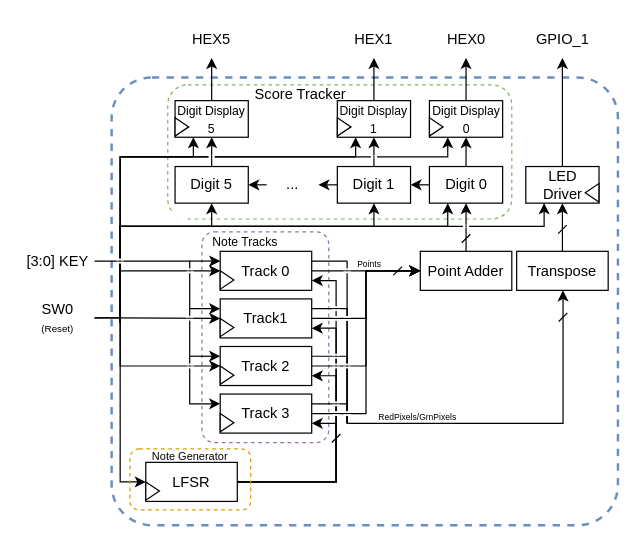
Earlier version of the draw.io diagram lab8/images/block_diagram.drawio (imisaacwu/CSE369). Source tidied: cells renumbered, new cells numbered last; positions are measured from the earlier drawing's top-left corner, leaving out a move shared by most shapes. Both pictures are drawn from the tidied source at 122%, with x=0, y=0 at pixel (21, 21).
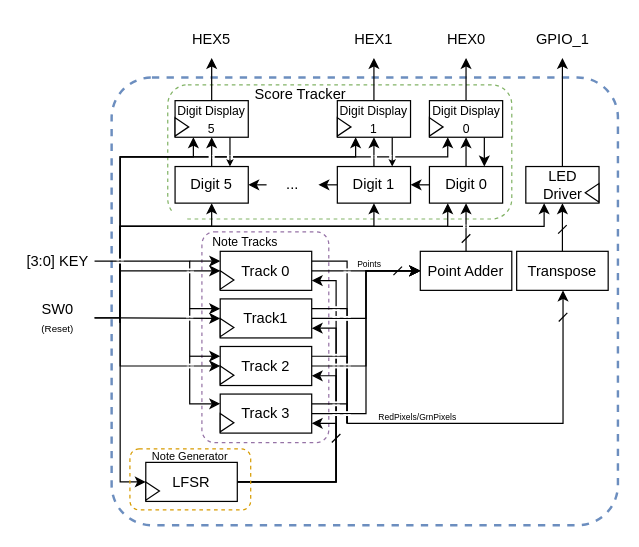
The same diagram, later.

Commit message (it also covers changes not shown here):
Remove unused modules, fix block diagram with digit input

Unchanged cells that the change refers to:
```xml
<mxCell id="24" value="Digit 0" style="rounded=0;whiteSpace=wrap;html=1;" parent="1" vertex="1">
  <mxGeometry x="334.5" y="119" width="60" height="30" as="geometry" />
</mxCell>
<mxCell id="28" value="Digit 1" style="rounded=0;whiteSpace=wrap;html=1;" parent="1" vertex="1">
  <mxGeometry x="259" y="119" width="60" height="30" as="geometry" />
</mxCell>
<mxCell id="33" value="Digit 5" style="rounded=0;whiteSpace=wrap;html=1;" parent="1" vertex="1">
  <mxGeometry x="126" y="119" width="60" height="30" as="geometry" />
</mxCell>
<mxCell id="104" value="&lt;font style=&quot;font-size: 10px;&quot;&gt;Digit Display 5&lt;/font&gt;" style="rounded=0;whiteSpace=wrap;html=1;" parent="1" vertex="1">
  <mxGeometry x="126" y="65" width="60" height="30" as="geometry" />
</mxCell>
<mxCell id="106" value="&lt;font style=&quot;font-size: 10px;&quot;&gt;Digit Display 1&lt;/font&gt;" style="rounded=0;whiteSpace=wrap;html=1;" parent="1" vertex="1">
  <mxGeometry x="259" y="65" width="60" height="30" as="geometry" />
</mxCell>
<mxCell id="108" value="&lt;font style=&quot;font-size: 10px;&quot;&gt;Digit Display 0&lt;/font&gt;" style="rounded=0;whiteSpace=wrap;html=1;" parent="1" vertex="1">
  <mxGeometry x="334.5" y="65" width="60" height="30" as="geometry" />
</mxCell>
```

Change to the diagram source:
```diff
@@
+    <mxCell id="120" style="edgeStyle=orthogonalEdgeStyle;rounded=0;jettySize=auto;html=1;exitX=0.75;exitY=1;exitDx=0;exitDy=0;entryX=0.75;entryY=0;entryDx=0;entryDy=0;strokeWidth=1;endArrow=classic;endFill=1;startSize=6;endSize=3;" parent="1" edge="1" source="104" target="33">
+      <mxGeometry relative="1" as="geometry" />
+    </mxCell>
@@
+    <mxCell id="121" style="edgeStyle=orthogonalEdgeStyle;rounded=0;jettySize=auto;html=1;exitX=0.75;exitY=1;exitDx=0;exitDy=0;entryX=0.75;entryY=0;entryDx=0;entryDy=0;endSize=3;" parent="1" edge="1" source="106" target="28">
+      <mxGeometry relative="1" as="geometry" />
+    </mxCell>
@@
+    <mxCell id="122" style="edgeStyle=orthogonalEdgeStyle;rounded=0;jettySize=auto;html=1;exitX=0.75;exitY=1;exitDx=0;exitDy=0;entryX=0.75;entryY=0;entryDx=0;entryDy=0;" parent="1" edge="1" source="108" target="24">
+      <mxGeometry relative="1" as="geometry" />
+    </mxCell>
@@
+    <mxCell id="123" style="rounded=0;whiteSpace=wrap;html=1;strokeColor=none;rotation=90;" parent="1" vertex="1">
+      <mxGeometry x="168" y="110" width="3" height="2" as="geometry" />
+    </mxCell>
+    <mxCell id="124" style="rounded=0;whiteSpace=wrap;html=1;strokeColor=none;rotation=90;" parent="1" vertex="1">
+      <mxGeometry x="171" y="110" width="3" height="2" as="geometry" />
+    </mxCell>
+    <mxCell id="125" style="rounded=0;whiteSpace=wrap;html=1;strokeColor=none;rotation=90;" parent="1" vertex="1">
+      <mxGeometry x="301" y="110" width="3" height="2" as="geometry" />
+    </mxCell>
+    <mxCell id="126" style="rounded=0;whiteSpace=wrap;html=1;strokeColor=none;rotation=90;" parent="1" vertex="1">
+      <mxGeometry x="304" y="110" width="3" height="2" as="geometry" />
+    </mxCell>
```
